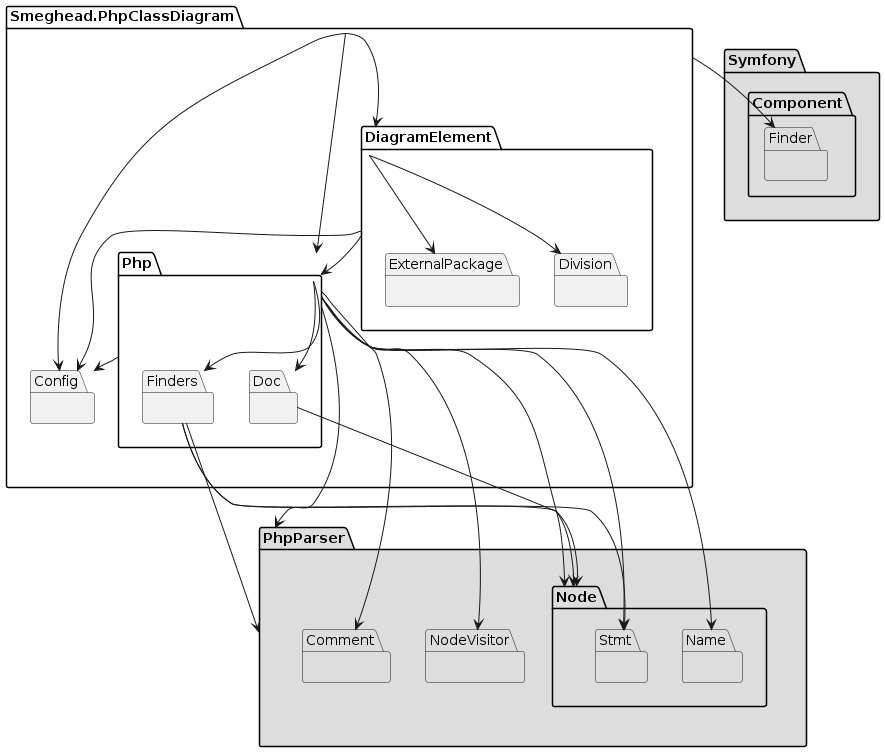
Above: dogfood-package.png in smeghead/php-class-diagram (PlantUML), before the change.
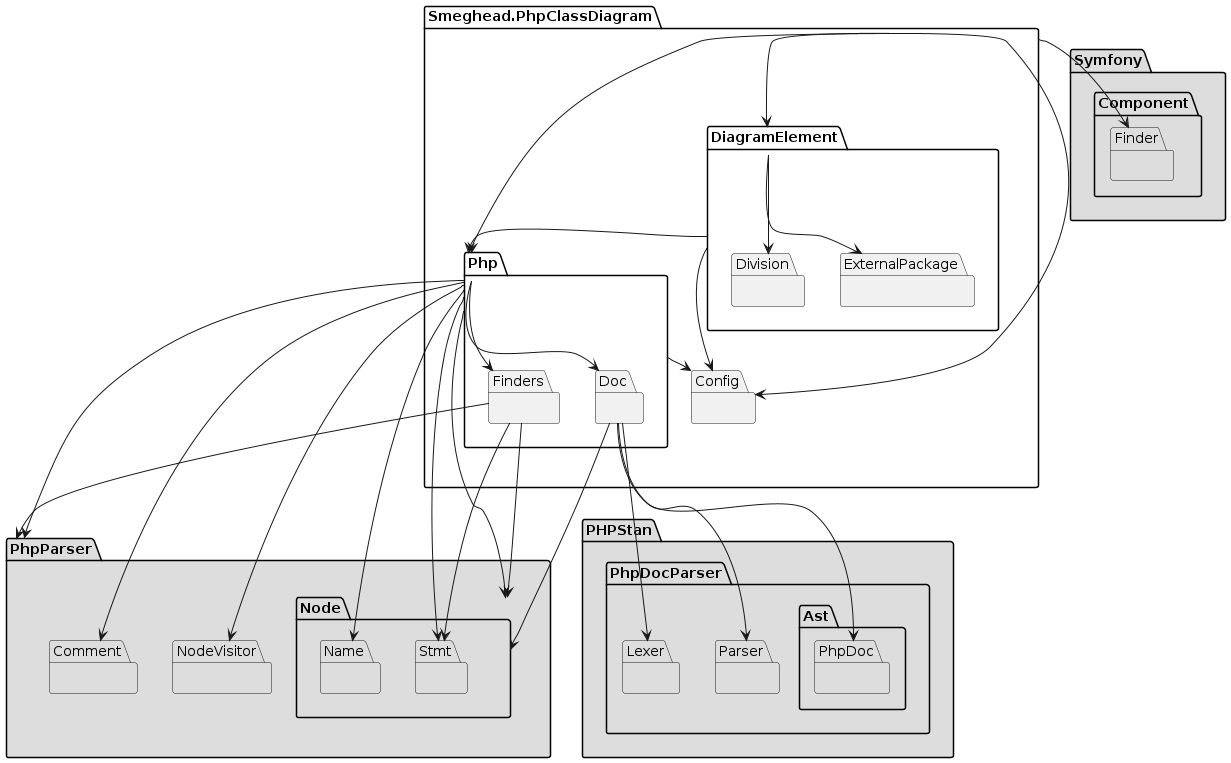
The same file after the commit.

The edit, as a diff of the source:
```diff
@@ -33,6 +33,18 @@
     package NodeVisitor #DDDDDD {
     }
   }
+  package PHPStan #DDDDDD {
+    package PhpDocParser #DDDDDD {
+      package Ast #DDDDDD {
+        package PhpDoc #DDDDDD {
+        }
+      }
+      package Lexer #DDDDDD {
+      }
+      package Parser #DDDDDD {
+      }
+    }
+  }
 
   PhpClassDiagram --> Finder
   PhpClassDiagram --> Config
@@ -48,6 +60,9 @@
   Php --> NodeVisitor
   Php --> Config
   Doc --> Node
+  Doc --> PhpDoc
+  Doc --> Lexer
+  Doc --> Parser
   Finders --> PhpParser
   Finders --> Node
   Finders --> Stmt
```
